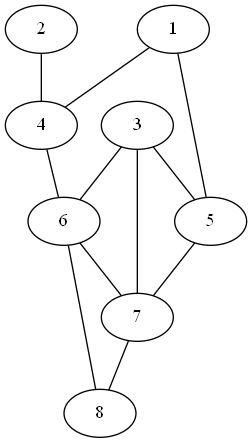
Earlier version of the Graphviz export dz4/graph1.png (Whatislove00/Dz2). Its source is kept beside it as dz4/graph1.dot.
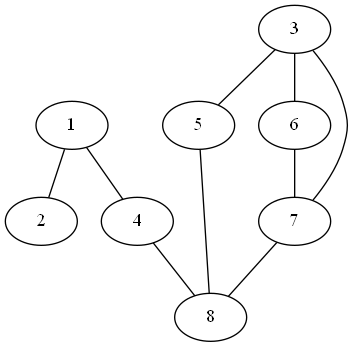
After the change.

The edit, as a diff of the source:
```diff
@@ -7,15 +7,13 @@
 6;
 7;
 8;
+1 -- 2;
 1 -- 4;
-1 -- 5;
-2 -- 4;
 3 -- 5;
 3 -- 6;
 3 -- 7;
-4 -- 6;
-5 -- 7;
+4 -- 8;
+5 -- 8;
 6 -- 7;
-6 -- 8;
 7 -- 8;
 }
```
